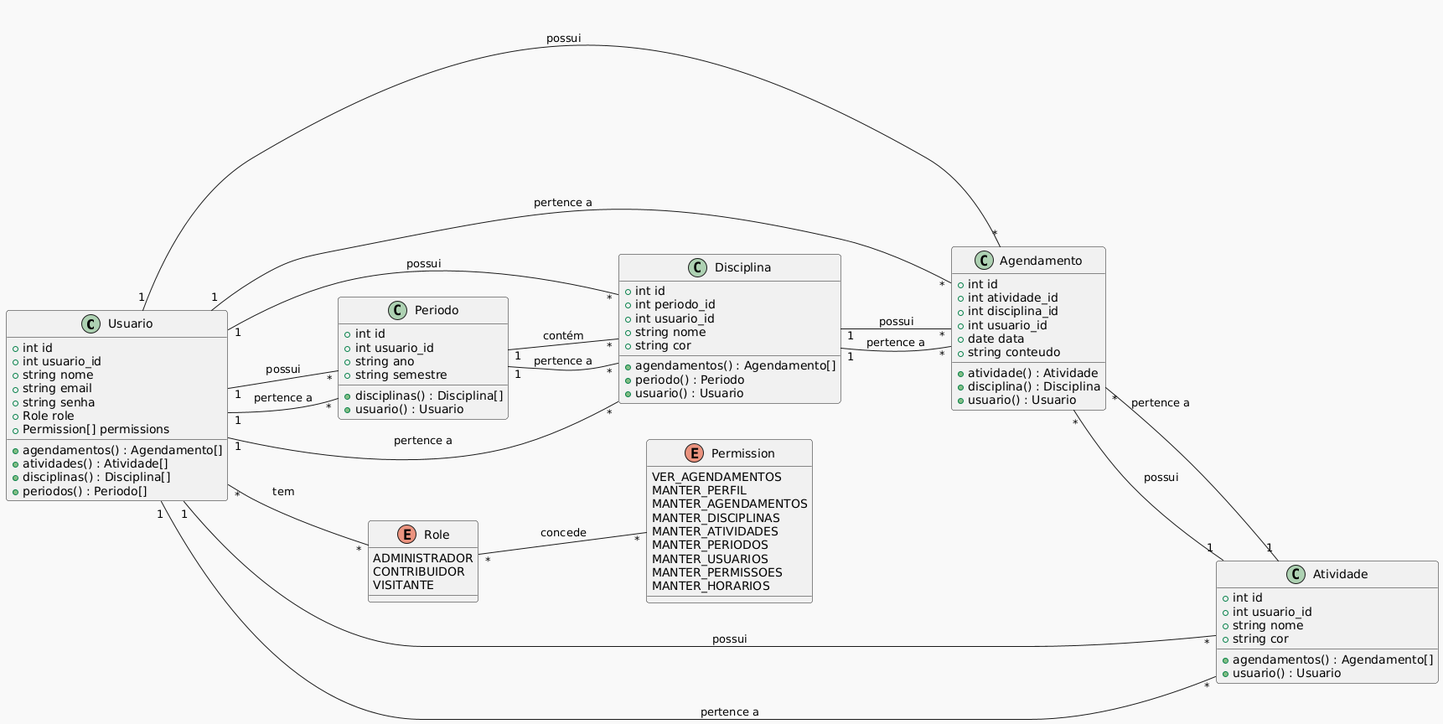
hctorres02/curso-php keeps this PlantUML diagram as docs/diagrama-de-classes.png. Above is the earlier version.
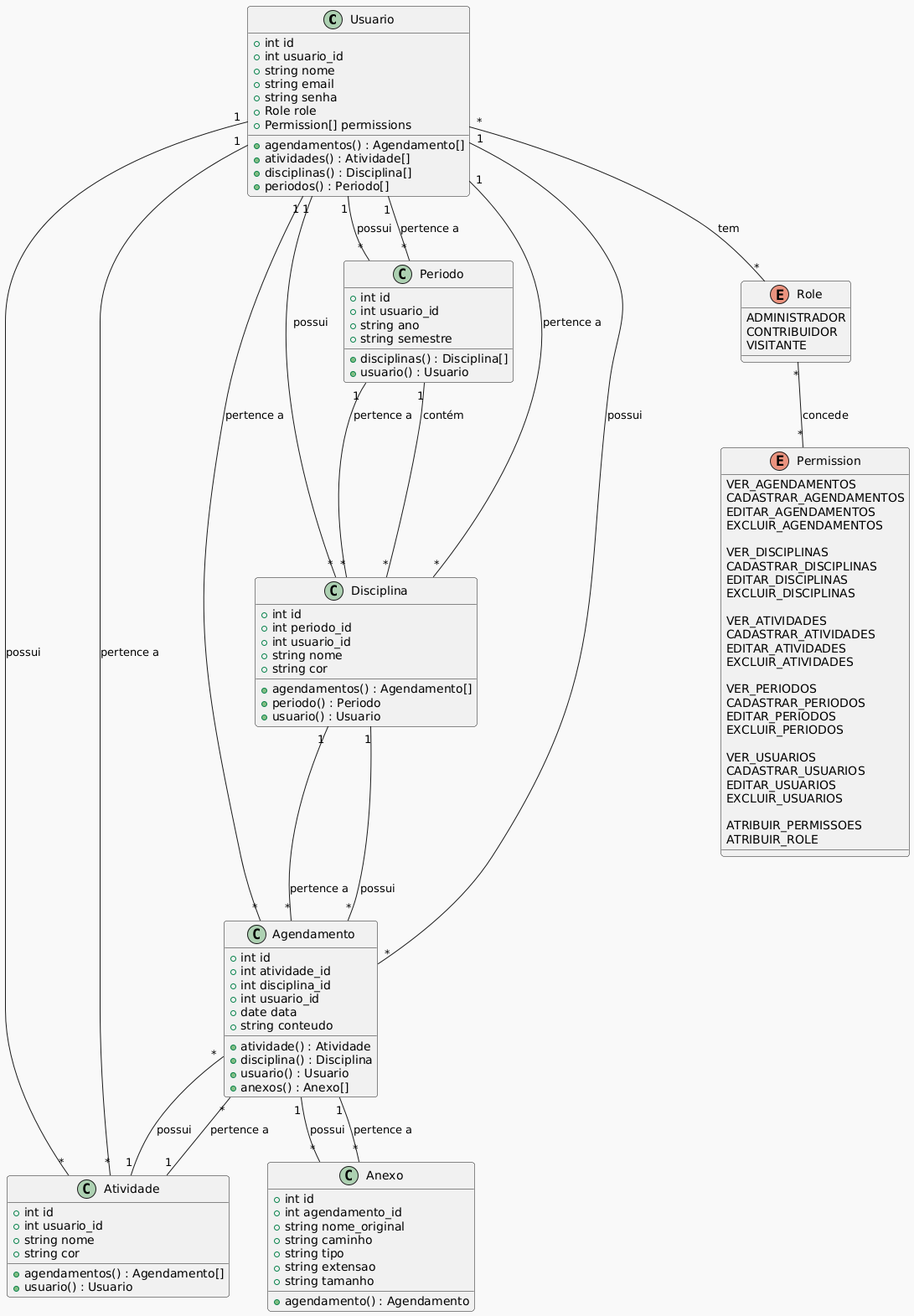
The same file after the commit.

Commit message:
Aprimora diagrama de classes

Change to the diagram source:
```diff
@@ -1,6 +1,5 @@
 @startuml
 !theme mars
-left to right direction
 
 class Usuario {
   +int id
@@ -46,6 +45,7 @@
   +atividade() : Atividade
   +disciplina() : Disciplina
   +usuario() : Usuario
+  +anexos() : Anexo[]
 }
 
 class Atividade {
@@ -57,6 +57,17 @@
   +usuario() : Usuario
 }
 
+class Anexo {
+  +int id
+  +int agendamento_id
+  +string nome_original
+  +string caminho
+  +string tipo
+  +string extensao
+  +string tamanho
+  +agendamento() : Agendamento
+}
+
 enum Role {
     ADMINISTRADOR
     CONTRIBUIDOR
@@ -65,14 +76,32 @@
 
 enum Permission {
     VER_AGENDAMENTOS
-    MANTER_PERFIL
-    MANTER_AGENDAMENTOS
-    MANTER_DISCIPLINAS
-    MANTER_ATIVIDADES
-    MANTER_PERIODOS
-    MANTER_USUARIOS
-    MANTER_PERMISSOES
-    MANTER_HORARIOS
+    CADASTRAR_AGENDAMENTOS
+    EDITAR_AGENDAMENTOS
+    EXCLUIR_AGENDAMENTOS
+
+    VER_DISCIPLINAS
+    CADASTRAR_DISCIPLINAS
+    EDITAR_DISCIPLINAS
+    EXCLUIR_DISCIPLINAS
+
+    VER_ATIVIDADES
+    CADASTRAR_ATIVIDADES
+    EDITAR_ATIVIDADES
+    EXCLUIR_ATIVIDADES
+
+    VER_PERIODOS
+    CADASTRAR_PERIODOS
+    EDITAR_PERIODOS
+    EXCLUIR_PERIODOS
+
+    VER_USUARIOS
+    CADASTRAR_USUARIOS
+    EDITAR_USUARIOS
+    EXCLUIR_USUARIOS
+
+    ATRIBUIR_PERMISSOES
+    ATRIBUIR_ROLE
 }
 
 Usuario "1" -- "*" Agendamento : possui
@@ -96,4 +125,7 @@
 
 Usuario "*" -- "*" Role : tem
 Role "*" -- "*" Permission : concede
+
+Agendamento "1" -- "*" Anexo : possui
+Anexo "*" -- "1" Agendamento : pertence a
 @enduml
```
